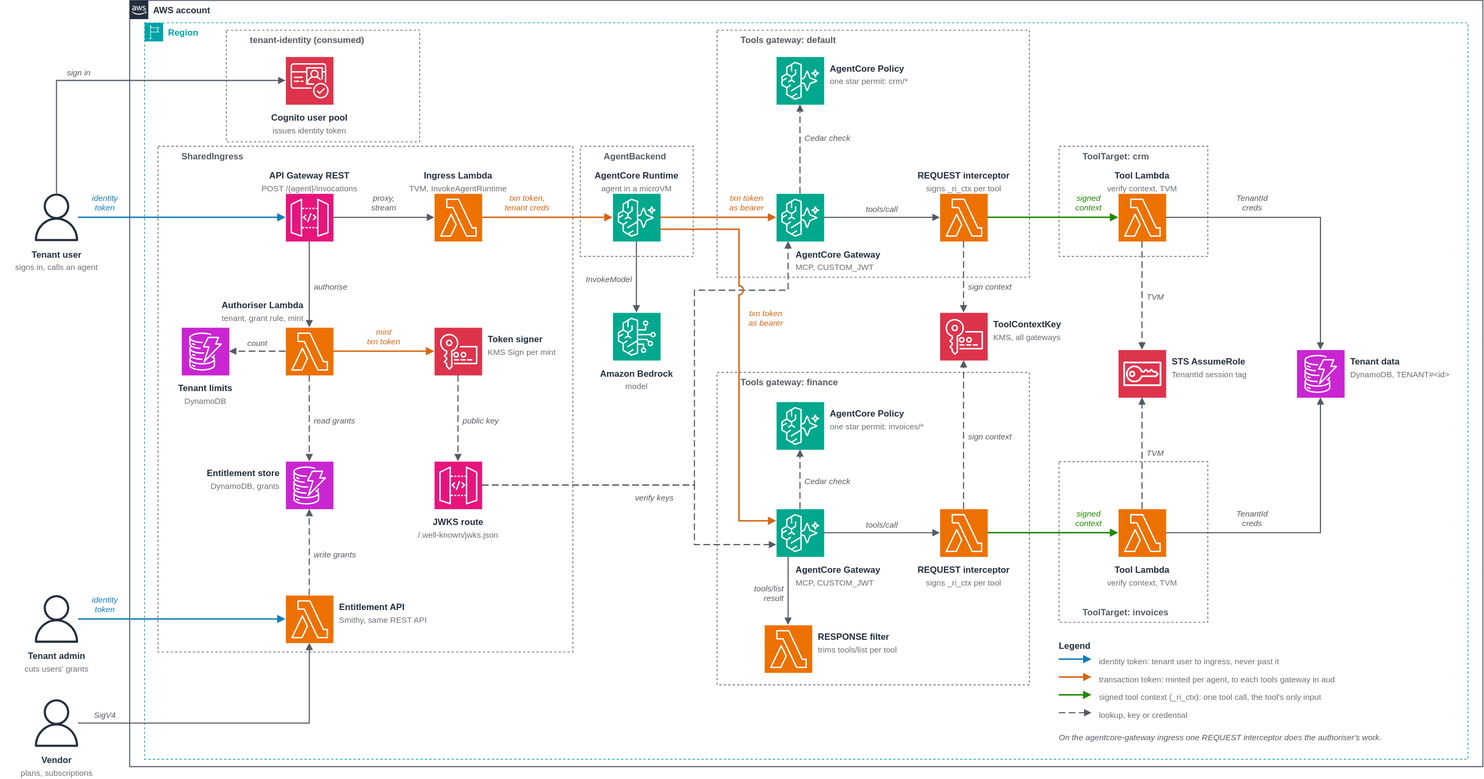
Before: samples/agentic-runtime-isolation/diagrams/agentic-runtime-isolation.drawio.svg, a diagram exported from draw.io (aws-samples/sample-agentic-ai-acceleration-patterns). Source tidied: cells renumbered, new cells last; positions are measured from the earlier drawing's top-left corner, leaving out a move shared by most shapes.
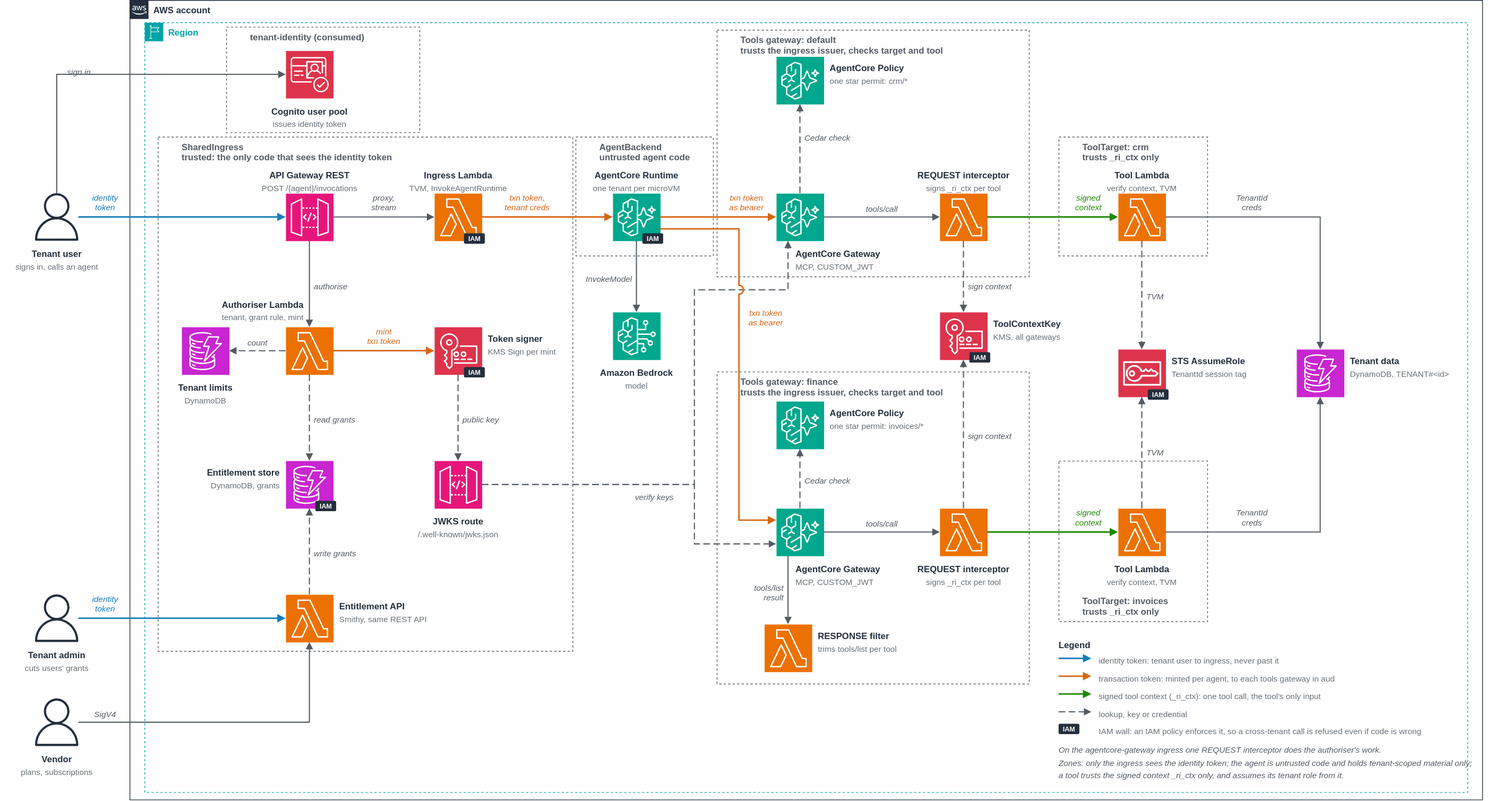
The same file after the commit.

Commit message:
agentic-runtime-isolation: tenant isolation section and diagram trust zones

Diff of the diagram source:
```diff
@@ -3,30 +3,30 @@
     <mxCell id="0" />
     <mxCell id="1" parent="0" />
     <mxCell id="2" value="AWS account" style="gradientColor=none;html=0;fontSize=12;fontStyle=1;shape=mxgraph.aws4.group;grIcon=mxgraph.aws4.group_aws_cloud_alt;strokeColor=#232F3E;fontColor=#232F3E;dashed=0;fillColor=none;verticalAlign=top;align=left;spacingLeft=30;" parent="1" vertex="1">
-      <mxGeometry x="174" width="1820" height="1030" as="geometry" />
+      <mxGeometry x="174" width="1820" height="1076" as="geometry" />
     </mxCell>
     <mxCell id="3" value="Region" style="gradientColor=none;html=0;fontSize=12;fontStyle=1;shape=mxgraph.aws4.group;grIcon=mxgraph.aws4.group_region;strokeColor=#00A4A6;fontColor=#00A4A6;dashed=1;fillColor=none;verticalAlign=top;align=left;spacingLeft=30;" parent="1" vertex="1">
-      <mxGeometry x="194" y="30" width="1780" height="990" as="geometry" />
+      <mxGeometry x="194" y="30" width="1780" height="1036" as="geometry" />
     </mxCell>
     <mxCell id="4" value="tenant-identity (consumed)" style="gradientColor=none;html=0;fontSize=12;fontStyle=1;shape=mxgraph.aws4.group;grIcon=mxgraph.aws4.group;strokeColor=#545B64;fontColor=#545B64;dashed=1;fillColor=none;verticalAlign=top;align=left;spacingLeft=30;" parent="1" vertex="1">
-      <mxGeometry x="304" y="40" width="260" height="150" as="geometry" />
+      <mxGeometry x="304" y="36" width="260" height="142" as="geometry" />
     </mxCell>
-    <mxCell id="5" value="SharedIngress" style="gradientColor=none;html=0;fontSize=12;fontStyle=1;shape=mxgraph.aws4.group;grIcon=mxgraph.aws4.group;strokeColor=#545B64;fontColor=#545B64;dashed=1;fillColor=none;verticalAlign=top;align=left;spacingLeft=30;" parent="1" vertex="1">
-      <mxGeometry x="212" y="196" width="558" height="680" as="geometry" />
+    <mxCell id="5" value="SharedIngress&#10;trusted: the only code that sees the identity token" style="gradientColor=none;html=0;fontSize=12;fontStyle=1;shape=mxgraph.aws4.group;grIcon=mxgraph.aws4.group;strokeColor=#545B64;fontColor=#545B64;dashed=1;fillColor=none;verticalAlign=top;align=left;spacingLeft=30;" parent="1" vertex="1">
+      <mxGeometry x="212" y="184" width="558" height="692" as="geometry" />
     </mxCell>
-    <mxCell id="6" value="AgentBackend" style="gradientColor=none;html=0;fontSize=12;fontStyle=1;shape=mxgraph.aws4.group;grIcon=mxgraph.aws4.group;strokeColor=#545B64;fontColor=#545B64;dashed=1;fillColor=none;verticalAlign=top;align=left;spacingLeft=30;" parent="1" vertex="1">
-      <mxGeometry x="780" y="196" width="152" height="148" as="geometry" />
+    <mxCell id="6" value="AgentBackend&#10;untrusted agent code" style="gradientColor=none;html=0;fontSize=12;fontStyle=1;shape=mxgraph.aws4.group;grIcon=mxgraph.aws4.group;strokeColor=#545B64;fontColor=#545B64;dashed=1;fillColor=none;verticalAlign=top;align=left;spacingLeft=30;" parent="1" vertex="1">
+      <mxGeometry x="774" y="184" width="185" height="160" as="geometry" />
     </mxCell>
-    <mxCell id="7" value="Tools gateway: default" style="gradientColor=none;html=0;fontSize=12;fontStyle=1;shape=mxgraph.aws4.group;grIcon=mxgraph.aws4.group;strokeColor=#545B64;fontColor=#545B64;dashed=1;fillColor=none;verticalAlign=top;align=left;spacingLeft=30;" parent="1" vertex="1">
+    <mxCell id="7" value="Tools gateway: default&#10;trusts the ingress issuer, checks target and tool" style="gradientColor=none;html=0;fontSize=12;fontStyle=1;shape=mxgraph.aws4.group;grIcon=mxgraph.aws4.group;strokeColor=#545B64;fontColor=#545B64;dashed=1;fillColor=none;verticalAlign=top;align=left;spacingLeft=30;" parent="1" vertex="1">
       <mxGeometry x="964" y="40" width="420" height="332" as="geometry" />
     </mxCell>
-    <mxCell id="8" value="ToolTarget: crm" style="gradientColor=none;html=0;fontSize=12;fontStyle=1;shape=mxgraph.aws4.group;grIcon=mxgraph.aws4.group;strokeColor=#545B64;fontColor=#545B64;dashed=1;fillColor=none;verticalAlign=top;align=left;spacingLeft=30;" parent="1" vertex="1">
-      <mxGeometry x="1424" y="196" width="200" height="148" as="geometry" />
+    <mxCell id="8" value="ToolTarget: crm&#10;trusts _ri_ctx only" style="gradientColor=none;html=0;fontSize=12;fontStyle=1;shape=mxgraph.aws4.group;grIcon=mxgraph.aws4.group;strokeColor=#545B64;fontColor=#545B64;dashed=1;fillColor=none;verticalAlign=top;align=left;spacingLeft=30;" parent="1" vertex="1">
+      <mxGeometry x="1424" y="184" width="200" height="160" as="geometry" />
     </mxCell>
-    <mxCell id="9" value="Tools gateway: finance" style="gradientColor=none;html=0;fontSize=12;fontStyle=1;shape=mxgraph.aws4.group;grIcon=mxgraph.aws4.group;strokeColor=#545B64;fontColor=#545B64;dashed=1;fillColor=none;verticalAlign=top;align=left;spacingLeft=30;" parent="1" vertex="1">
+    <mxCell id="9" value="Tools gateway: finance&#10;trusts the ingress issuer, checks target and tool" style="gradientColor=none;html=0;fontSize=12;fontStyle=1;shape=mxgraph.aws4.group;grIcon=mxgraph.aws4.group;strokeColor=#545B64;fontColor=#545B64;dashed=1;fillColor=none;verticalAlign=top;align=left;spacingLeft=30;" parent="1" vertex="1">
       <mxGeometry x="964" y="500" width="420" height="420" as="geometry" />
     </mxCell>
-    <mxCell id="10" value="ToolTarget: invoices" style="gradientColor=none;html=0;fontSize=12;fontStyle=1;shape=mxgraph.aws4.group;grIcon=mxgraph.aws4.group;strokeColor=#545B64;fontColor=#545B64;dashed=1;fillColor=none;verticalAlign=bottom;spacingBottom=4;align=left;spacingLeft=30;" parent="1" vertex="1">
+    <mxCell id="10" value="ToolTarget: invoices&#10;trusts _ri_ctx only" style="gradientColor=none;html=0;fontSize=12;fontStyle=1;shape=mxgraph.aws4.group;grIcon=mxgraph.aws4.group;strokeColor=#545B64;fontColor=#545B64;dashed=1;fillColor=none;verticalAlign=bottom;spacingBottom=4;align=left;spacingLeft=30;" parent="1" vertex="1">
       <mxGeometry x="1424" y="620" width="200" height="216" as="geometry" />
     </mxCell>
     <mxCell id="11" style="sketch=0;outlineConnect=0;fontColor=#232F3E;dashed=0;html=0;fontSize=11;fontStyle=0;noLabel=1;gradientColor=none;fillColor=#232F3E;strokeColor=none;shape=mxgraph.aws4.user;" parent="1" vertex="1">
@@ -39,7 +39,7 @@
       <mxGeometry x="44" y="940" width="64" height="64" as="geometry" />
     </mxCell>
     <mxCell id="14" style="sketch=0;outlineConnect=0;fontColor=#232F3E;dashed=0;html=0;fontSize=11;fontStyle=0;noLabel=1;gradientColor=none;fillColor=#DD344C;strokeColor=#ffffff;shape=mxgraph.aws4.resourceIcon;resIcon=mxgraph.aws4.cognito;" parent="1" vertex="1">
-      <mxGeometry x="384" y="76" width="64" height="64" as="geometry" />
+      <mxGeometry x="384" y="68" width="64" height="64" as="geometry" />
     </mxCell>
     <mxCell id="15" style="sketch=0;outlineConnect=0;fontColor=#232F3E;dashed=0;html=0;fontSize=11;fontStyle=0;noLabel=1;gradientColor=none;fillColor=#E7157B;strokeColor=#ffffff;shape=mxgraph.aws4.resourceIcon;resIcon=mxgraph.aws4.api_gateway;" parent="1" vertex="1">
       <mxGeometry x="384" y="260" width="64" height="64" as="geometry" />
@@ -108,10 +108,10 @@
       <mxGeometry x="12" y="1028" width="128" height="16" as="geometry" />
     </mxCell>
     <mxCell id="37" value="Cognito user pool" style="text;html=0;align=center;verticalAlign=top;fontSize=12;fontStyle=1;fontColor=#232F3E;spacing=0;spacingTop=0;" parent="1" vertex="1">
-      <mxGeometry x="349" y="146" width="134" height="18" as="geometry" />
+      <mxGeometry x="349" y="138" width="134" height="18" as="geometry" />
     </mxCell>
     <mxCell id="38" value="issues identity token" style="text;html=0;align=center;verticalAlign=top;fontSize=11;fontStyle=0;fontColor=#687078;spacing=0;spacingTop=0;" parent="1" vertex="1">
-      <mxGeometry x="349" y="164" width="134" height="16" as="geometry" />
+      <mxGeometry x="349" y="156" width="134" height="16" as="geometry" />
     </mxCell>
     <mxCell id="39" value="API Gateway REST" style="text;html=0;align=center;verticalAlign=top;fontSize=12;fontStyle=1;fontColor=#232F3E;spacing=0;spacingTop=0;" parent="1" vertex="1">
       <mxGeometry x="336.5" y="224" width="159" height="18" as="geometry" />
@@ -164,7 +164,7 @@
     <mxCell id="55" value="AgentCore Runtime" style="text;html=0;align=center;verticalAlign=top;fontSize=12;fontStyle=1;fontColor=#232F3E;spacing=0;spacingTop=0;" parent="1" vertex="1">
       <mxGeometry x="790.5" y="224" width="131" height="18" as="geometry" />
     </mxCell>
-    <mxCell id="56" value="agent in a microVM" style="text;html=0;align=center;verticalAlign=top;fontSize=11;fontStyle=0;fontColor=#687078;spacing=0;spacingTop=0;" parent="1" vertex="1">
+    <mxCell id="56" value="one tenant per microVM" style="text;html=0;align=center;verticalAlign=top;fontSize=11;fontStyle=0;fontColor=#687078;spacing=0;spacingTop=0;" parent="1" vertex="1">
       <mxGeometry x="790.5" y="242" width="131" height="16" as="geometry" />
     </mxCell>
     <mxCell id="57" value="AgentCore Gateway" style="text;html=0;align=left;verticalAlign=top;fontSize=12;fontStyle=1;fontColor=#232F3E;spacing=0;spacingTop=0;" parent="1" vertex="1">
@@ -212,7 +212,7 @@
     <mxCell id="71" style="edgeStyle=orthogonalEdgeStyle;rounded=0;html=0;strokeColor=#545B64;strokeWidth=1.5;endArrow=block;endFill=1;exitX=0.5;exitY=0;exitDx=0;exitDy=0;entryX=0;entryY=0.5;entryDx=0;entryDy=0;" parent="1" edge="1" source="11" target="14">
       <mxGeometry relative="1" as="geometry">
         <Array as="points">
-          <mxPoint x="76" y="108" />
+          <mxPoint x="76" y="100" />
         </Array>
       </mxGeometry>
     </mxCell>
@@ -512,7 +512,37 @@
       <mxGeometry x="1478" y="950" width="159" height="16" as="geometry" />
     </mxCell>
     <mxCell id="157" value="On the agentcore-gateway ingress one REQUEST interceptor does the authoriser's work." style="text;html=0;align=left;verticalAlign=top;fontSize=11;fontStyle=2;fontColor=#545B64;spacing=0;spacingTop=0;" parent="1" vertex="1">
-      <mxGeometry x="1424" y="980" width="522" height="16" as="geometry" />
+      <mxGeometry x="1424" y="998" width="522" height="16" as="geometry" />
     </mxCell>
+    <mxCell id="158" value="IAM" style="rounded=1;html=0;fillColor=#232F3E;strokeColor=none;fontColor=#FFFFFF;fontSize=9;fontStyle=1;align=center;verticalAlign=middle;spacing=0;" parent="1" vertex="1">
+      <mxGeometry x="624" y="314" width="28" height="14" as="geometry" />
+    </mxCell>
+    <mxCell id="159" value="IAM" style="rounded=1;html=0;fillColor=#232F3E;strokeColor=none;fontColor=#FFFFFF;fontSize=9;fontStyle=1;align=center;verticalAlign=middle;spacing=0;" parent="1" vertex="1">
+      <mxGeometry x="864" y="314" width="28" height="14" as="geometry" />
+    </mxCell>
+    <mxCell id="160" value="IAM" style="rounded=1;html=0;fillColor=#232F3E;strokeColor=none;fontColor=#FFFFFF;fontSize=9;fontStyle=1;align=center;verticalAlign=middle;spacing=0;" parent="1" vertex="1">
+      <mxGeometry x="624" y="494" width="28" height="14" as="geometry" />
+    </mxCell>
+    <mxCell id="161" value="IAM" style="rounded=1;html=0;fillColor=#232F3E;strokeColor=none;fontColor=#FFFFFF;fontSize=9;fontStyle=1;align=center;verticalAlign=middle;spacing=0;" parent="1" vertex="1">
+      <mxGeometry x="424" y="674" width="28" height="14" as="geometry" />
+    </mxCell>
+    <mxCell id="162" value="IAM" style="rounded=1;html=0;fillColor=#232F3E;strokeColor=none;fontColor=#FFFFFF;fontSize=9;fontStyle=1;align=center;verticalAlign=middle;spacing=0;" parent="1" vertex="1">
+      <mxGeometry x="1304" y="474" width="28" height="14" as="geometry" />
+    </mxCell>
+    <mxCell id="163" value="IAM" style="rounded=1;html=0;fillColor=#232F3E;strokeColor=none;fontColor=#FFFFFF;fontSize=9;fontStyle=1;align=center;verticalAlign=middle;spacing=0;" parent="1" vertex="1">
+      <mxGeometry x="1544" y="524" width="28" height="14" as="geometry" />
+    </mxCell>
+    <mxCell id="164" value="IAM" style="rounded=1;html=0;fillColor=#232F3E;strokeColor=none;fontColor=#FFFFFF;fontSize=9;fontStyle=1;align=center;verticalAlign=middle;spacing=0;" parent="1" vertex="1">
+      <mxGeometry x="1424" y="974" width="28" height="14" as="geometry" />
+    </mxCell>
+    <mxCell id="165" value="IAM wall: an IAM policy enforces it, so a cross-tenant call is refused even if code is wrong" style="text;html=0;align=left;verticalAlign=top;fontSize=11;fontStyle=0;fontColor=#687078;spacing=0;spacingTop=0;" parent="1" vertex="1">
+      <mxGeometry x="1478" y="973" width="540" height="16" as="geometry" />
+    </mxCell>
+    <mxCell id="166" value="Zones: only the ingress sees the identity token; the agent is untrusted code and holds tenant-scoped material only;" style="text;html=0;align=left;verticalAlign=top;fontSize=11;fontStyle=2;fontColor=#545B64;spacing=0;spacingTop=0;" parent="1" vertex="1">
+      <mxGeometry x="1424" y="1016" width="520" height="16" as="geometry" />
+    </mxCell>
+    <mxCell id="167" value="a tool trusts the signed context _ri_ctx only, and assumes its tenant role from it." style="text;html=0;align=left;verticalAlign=top;fontSize=11;fontStyle=2;fontColor=#545B64;spacing=0;spacingTop=0;" parent="1" vertex="1">
+      <mxGeometry x="1424" y="1032" width="520" height="16" as="geometry" />
+    </mxCell>
   </root>
 </mxGraphModel>
```
